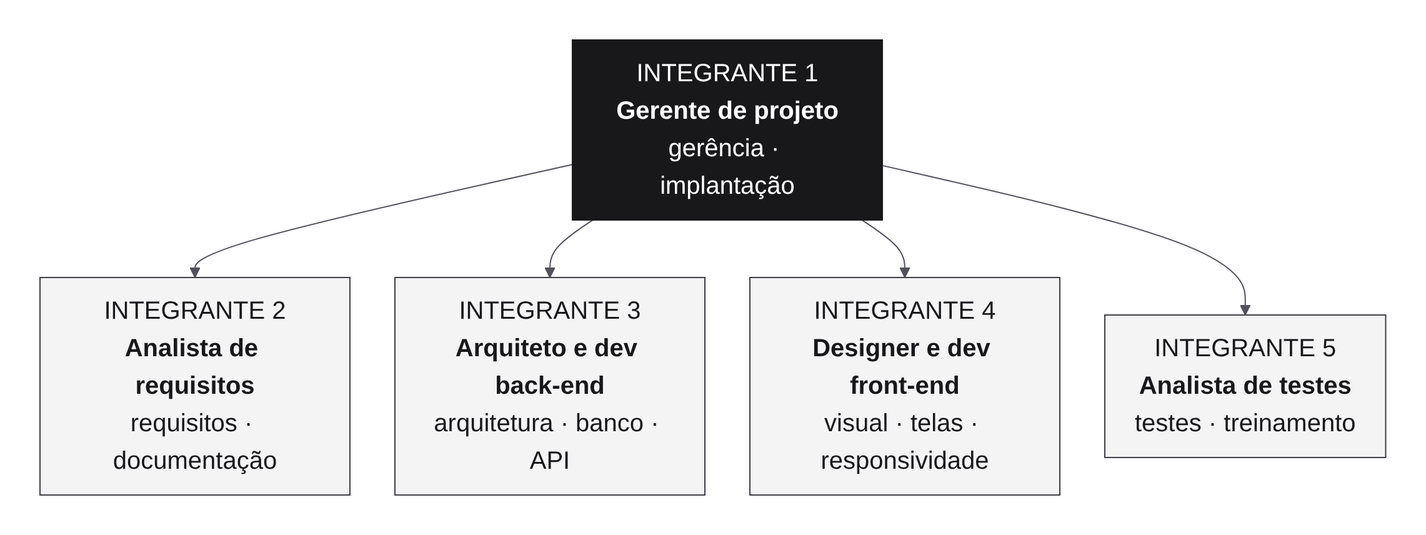
Earlier version of the Mermaid export docs/diagramas/03-equipe.png (GustavoResendeDev/V2.AtividadeEscolar). Its source is kept beside it as docs/diagramas/fonte/03-equipe.mmd.
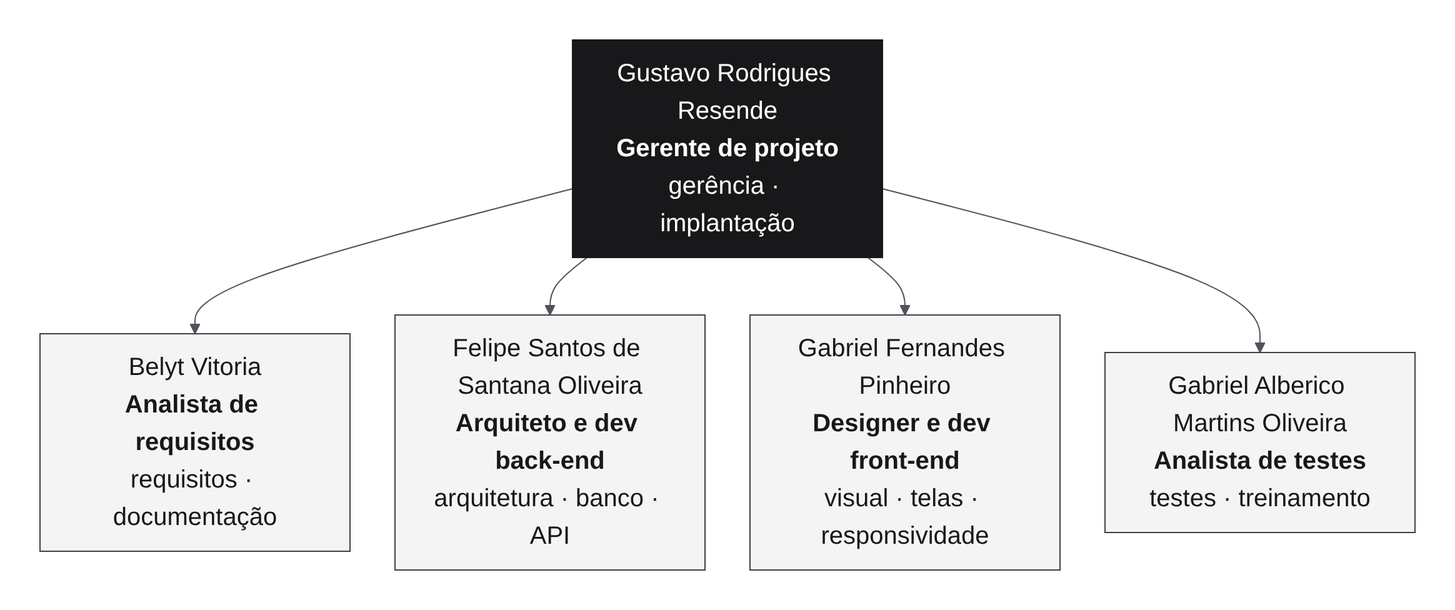
The same file after the commit.

Change to the diagram source:
```diff
@@ -1,7 +1,7 @@
 flowchart TB
-  GP["INTEGRANTE 1<br/><b>Gerente de projeto</b><br/>gerência · implantação"]:::lider
-  GP --> RQ["INTEGRANTE 2<br/><b>Analista de requisitos</b><br/>requisitos · documentação"]
-  GP --> AR["INTEGRANTE 3<br/><b>Arquiteto e dev back-end</b><br/>arquitetura · banco · API"]
-  GP --> UX["INTEGRANTE 4<br/><b>Designer e dev front-end</b><br/>visual · telas · responsividade"]
-  GP --> QA["INTEGRANTE 5<br/><b>Analista de testes</b><br/>testes · treinamento"]
+  GP["Gustavo Rodrigues Resende<br/><b>Gerente de projeto</b><br/>gerência · implantação"]:::lider
+  GP --> RQ["Belyt Vitoria<br/><b>Analista de requisitos</b><br/>requisitos · documentação"]
+  GP --> AR["Felipe Santos de Santana Oliveira<br/><b>Arquiteto e dev back-end</b><br/>arquitetura · banco · API"]
+  GP --> UX["Gabriel Fernandes Pinheiro<br/><b>Designer e dev front-end</b><br/>visual · telas · responsividade"]
+  GP --> QA["Gabriel Alberico Martins Oliveira<br/><b>Analista de testes</b><br/>testes · treinamento"]
   classDef lider fill:#18181b,color:#fff,stroke:#18181b
```
